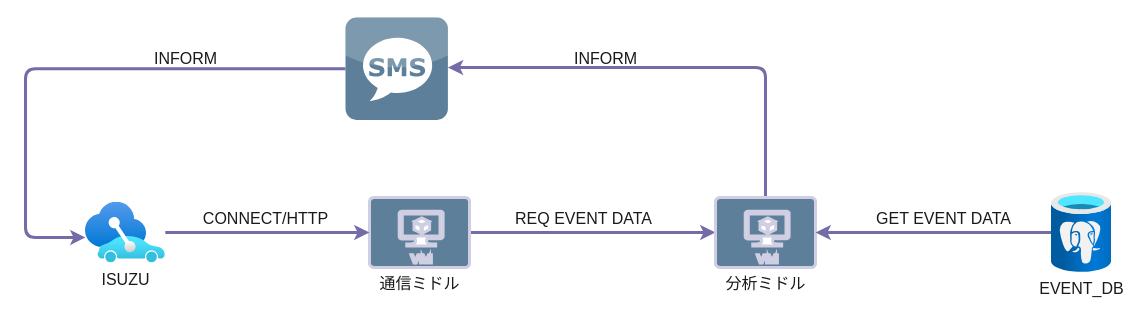
enddeadroyal/rust-course keeps this draw.io diagram as page "V3-ISUZU" (2 of 2) of V3-EVENT.drawio. Above is the earlier version. Source tidied: cells renumbered, new cells numbered last; positions are measured from the earlier drawing's top-left corner, leaving out a move shared by most shapes. Both pictures are drawn from the tidied source at 100%, with x=0, y=0 at pixel (25, 17).
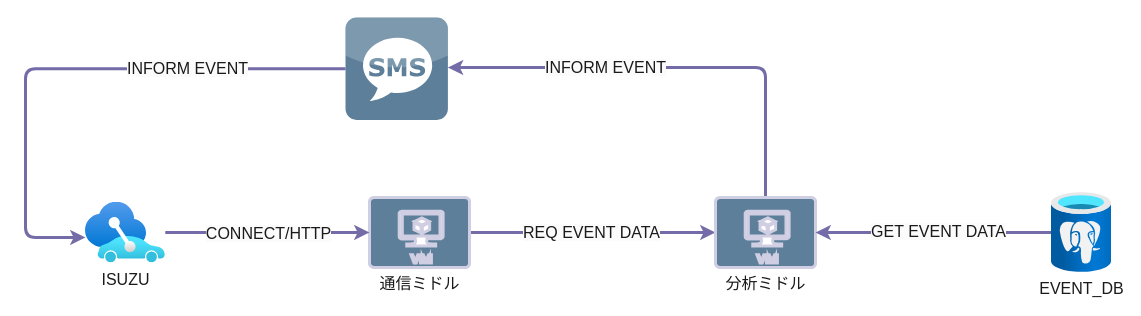
After the change.

Unchanged cells that the change refers to:
```xml
<mxCell id="2" style="edgeStyle=orthogonalEdgeStyle;rounded=1;jettySize=auto;html=1;startArrow=none;startFill=0;endArrow=classic;endFill=1;strokeWidth=3;strokeColor=#736CA8;labelBackgroundColor=none;fontColor=default;" parent="1" edge="1" source="4" target="7">
  <mxGeometry relative="1" as="geometry" />
</mxCell>
<mxCell id="5" style="edgeStyle=orthogonalEdgeStyle;rounded=1;jettySize=auto;html=1;strokeColor=#736CA8;strokeWidth=3;labelBackgroundColor=none;fontColor=default;" parent="1" edge="1" source="7" target="14">
  <mxGeometry relative="1" as="geometry">
    <Array as="points">
      <mxPoint x="740" y="50" />
    </Array>
  </mxGeometry>
</mxCell>
<mxCell id="8" style="edgeStyle=orthogonalEdgeStyle;rounded=1;jettySize=auto;html=1;strokeWidth=3;strokeColor=#736CA8;labelBackgroundColor=none;fontColor=default;" parent="1" edge="1" source="10" target="7">
  <mxGeometry relative="1" as="geometry" />
</mxCell>
<mxCell id="12" style="edgeStyle=orthogonalEdgeStyle;rounded=1;jettySize=auto;html=1;entryX=0;entryY=0.5;entryDx=0;entryDy=0;entryPerimeter=0;strokeWidth=3;strokeColor=#736CA8;labelBackgroundColor=none;fontColor=default;" parent="1" edge="1" source="11" target="4">
  <mxGeometry relative="1" as="geometry" />
</mxCell>
<mxCell id="15" style="edgeStyle=orthogonalEdgeStyle;rounded=1;jettySize=auto;html=1;entryX=0;entryY=0.582;entryDx=0;entryDy=0;entryPerimeter=0;strokeColor=#736CA8;strokeWidth=3;labelBackgroundColor=none;fontColor=default;" parent="1" edge="1" source="14" target="11">
  <mxGeometry relative="1" as="geometry">
    <Array as="points">
      <mxPoint y="51" />
      <mxPoint y="220" />
    </Array>
  </mxGeometry>
</mxCell>
```

The edit, as a diff of the source:
```diff
@@
-    <mxCell id="3" value="REQ EVENT DATA" style="edgeLabel;html=1;align=center;verticalAlign=middle;fontSize=16;labelBackgroundColor=none;fontColor=#1A1A1A;rounded=1;" parent="2" vertex="1">
-      <mxGeometry x="-0.08" relative="1" as="geometry">
-        <mxPoint y="-15" as="offset" />
-      </mxGeometry>
+    <mxCell id="3" value="&lt;span style=&quot;color: rgb(26, 26, 26); font-size: 16px; background-color: rgb(251, 251, 251);&quot;&gt;REQ EVENT DATA&lt;/span&gt;" style="edgeLabel;html=1;align=center;verticalAlign=middle;" parent="2" vertex="1">
+      <mxGeometry x="-0.02" y="1" relative="1" as="geometry" />
     </mxCell>
@@
-    <mxCell id="6" value="INFORM" style="edgeLabel;html=1;align=center;verticalAlign=middle;fontSize=16;labelBackgroundColor=none;fontColor=#1A1A1A;rounded=1;" parent="5" vertex="1">
-      <mxGeometry relative="1" as="geometry">
-        <mxPoint x="-67" y="-10" as="offset" />
-      </mxGeometry>
-    </mxCell>
+    <mxCell id="17" value="&lt;span style=&quot;color: rgb(26, 26, 26); font-size: 16px; background-color: rgb(251, 251, 251);&quot;&gt;INFORM EVENT&lt;/span&gt;" style="edgeLabel;html=1;align=center;verticalAlign=middle;" parent="5" vertex="1">
+      <mxGeometry x="0.3" y="-1" relative="1" as="geometry" />
+    </mxCell>
@@
-    <mxCell id="9" value="GET EVENT DATA" style="edgeLabel;html=1;align=center;verticalAlign=middle;fontSize=16;labelBackgroundColor=none;fontColor=#1A1A1A;rounded=1;" parent="8" vertex="1">
-      <mxGeometry x="-0.08" relative="1" as="geometry">
-        <mxPoint y="-15" as="offset" />
-      </mxGeometry>
+    <mxCell id="9" value="&lt;span style=&quot;color: rgb(26, 26, 26); font-size: 16px; background-color: rgb(251, 251, 251);&quot;&gt;GET EVENT DATA&lt;/span&gt;" style="edgeLabel;html=1;align=center;verticalAlign=middle;" parent="8" vertex="1">
+      <mxGeometry x="-0.03" y="-2" relative="1" as="geometry" />
     </mxCell>
@@
-    <mxCell id="13" value="CONNECT/HTTP" style="edgeLabel;html=1;align=center;verticalAlign=middle;fontSize=16;labelBackgroundColor=none;fontColor=#1A1A1A;rounded=1;" parent="12" vertex="1">
-      <mxGeometry x="-0.05" y="-2" relative="1" as="geometry">
-        <mxPoint x="3" y="-17" as="offset" />
-      </mxGeometry>
+    <mxCell id="13" value="&lt;span style=&quot;color: rgb(26, 26, 26); font-size: 16px; background-color: rgb(251, 251, 251);&quot;&gt;CONNECT/HTTP&lt;/span&gt;" style="edgeLabel;html=1;align=center;verticalAlign=middle;" parent="12" vertex="1">
+      <mxGeometry x="0.01" relative="1" as="geometry" />
     </mxCell>
@@
-    <mxCell id="16" value="INFORM" style="edgeLabel;html=1;align=center;verticalAlign=middle;fontSize=16;labelBackgroundColor=none;fontColor=#1A1A1A;rounded=1;" parent="15" vertex="1">
-      <mxGeometry x="-0.29" y="2" relative="1" as="geometry">
-        <mxPoint x="34" y="-13" as="offset" />
-      </mxGeometry>
-    </mxCell>
+    <mxCell id="18" value="&lt;span style=&quot;color: rgb(26, 26, 26); font-size: 16px; background-color: rgb(251, 251, 251);&quot;&gt;INFORM EVENT&lt;/span&gt;" style="edgeLabel;html=1;align=center;verticalAlign=middle;" parent="15" vertex="1">
+      <mxGeometry x="-0.42" y="-1" relative="1" as="geometry" />
+    </mxCell>
```
